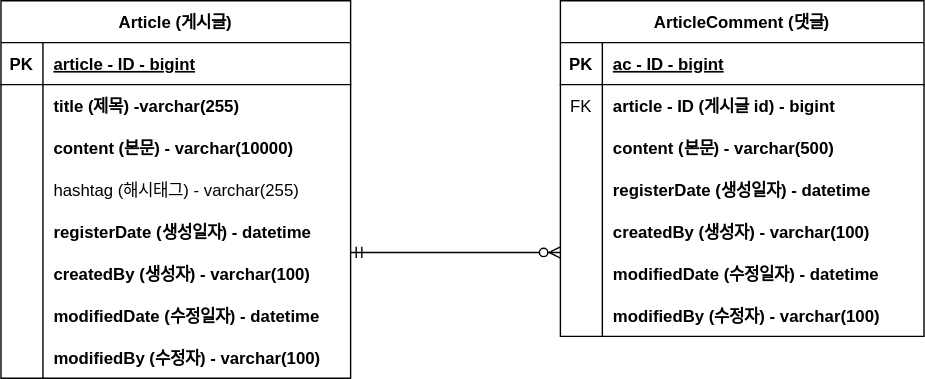
Sj-Shim/project-board keeps this draw.io diagram as document/ERD.svg. Above is the earlier version. Source tidied: cells renumbered, new cells last; positions are measured from the earlier drawing's top-left corner, leaving out a move shared by most shapes.
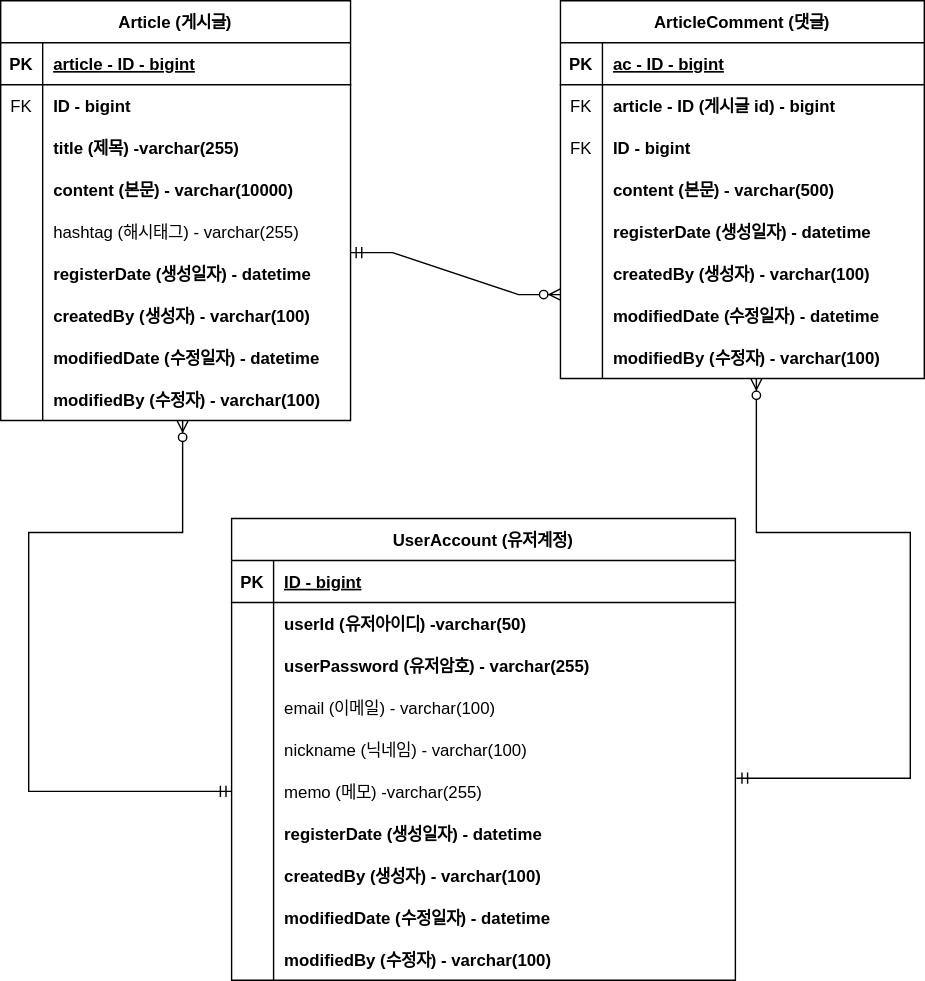
Later version of the same file.

Diff of the diagram source:
```diff
@@ -3,7 +3,7 @@
     <mxCell id="0" />
     <mxCell id="1" parent="0" />
     <mxCell id="2" value="ArticleComment (댓글)" style="shape=table;startSize=30;rowLines=0;fontStyle=1;align=center;" parent="1" vertex="1">
-      <mxGeometry x="400" width="260" height="240" as="geometry" />
+      <mxGeometry x="400" width="260" height="270" as="geometry" />
     </mxCell>
     <mxCell id="3" style="shape=tableRow;horizontal=0;startSize=0;swimlaneHead=0;swimlaneBody=0;fillColor=none;top=0;left=0;right=0;bottom=1;" parent="2" vertex="1">
       <mxGeometry y="30" width="260" height="30" as="geometry" />
@@ -23,8 +23,17 @@
     <mxCell id="8" value="article - ID (게시글 id) - bigint" style="shape=partialRectangle;fillColor=none;top=0;left=0;bottom=0;right=0;align=left;spacingLeft=6;overflow=hidden;fontStyle=1;" parent="6" vertex="1">
       <mxGeometry x="30" width="230" height="30" as="geometry" />
     </mxCell>
+    <mxCell id="50" style="shape=tableRow;horizontal=0;startSize=0;swimlaneHead=0;swimlaneBody=0;fillColor=none;top=0;left=0;right=0;bottom=0;" parent="2" vertex="1">
+      <mxGeometry y="90" width="260" height="30" as="geometry" />
+    </mxCell>
+    <mxCell id="51" value="FK" style="shape=partialRectangle;fillColor=none;top=0;left=0;bottom=0;right=0;overflow=hidden;" parent="50" vertex="1">
+      <mxGeometry width="30" height="30" as="geometry" />
+    </mxCell>
+    <mxCell id="52" value="ID - bigint" style="shape=partialRectangle;fillColor=none;top=0;left=0;bottom=0;right=0;align=left;spacingLeft=6;overflow=hidden;fontStyle=1;" parent="50" vertex="1">
+      <mxGeometry x="30" width="230" height="30" as="geometry" />
+    </mxCell>
     <mxCell id="9" style="shape=tableRow;horizontal=0;startSize=0;swimlaneHead=0;swimlaneBody=0;fillColor=none;top=0;left=0;right=0;bottom=0;" parent="2" vertex="1">
-      <mxGeometry y="90" width="260" height="30" as="geometry" />
+      <mxGeometry y="120" width="260" height="30" as="geometry" />
     </mxCell>
     <mxCell id="10" style="shape=partialRectangle;fillColor=none;top=0;left=0;bottom=0;right=0;overflow=hidden;" parent="9" vertex="1">
       <mxGeometry width="30" height="30" as="geometry" />
@@ -33,7 +42,7 @@
       <mxGeometry x="30" width="230" height="30" as="geometry" />
     </mxCell>
     <mxCell id="12" style="shape=tableRow;horizontal=0;startSize=0;swimlaneHead=0;swimlaneBody=0;fillColor=none;top=0;left=0;right=0;bottom=0;" parent="2" vertex="1">
-      <mxGeometry y="120" width="260" height="30" as="geometry" />
+      <mxGeometry y="150" width="260" height="30" as="geometry" />
     </mxCell>
     <mxCell id="13" style="shape=partialRectangle;fillColor=none;top=0;left=0;bottom=0;right=0;overflow=hidden;" parent="12" vertex="1">
       <mxGeometry width="30" height="30" as="geometry" />
@@ -42,7 +51,7 @@
       <mxGeometry x="30" width="230" height="30" as="geometry" />
     </mxCell>
     <mxCell id="15" style="shape=tableRow;horizontal=0;startSize=0;swimlaneHead=0;swimlaneBody=0;fillColor=none;points=[[0,0.5],[1,0.5]];portConstraint=eastwest;top=0;left=0;right=0;bottom=0;" parent="2" vertex="1">
-      <mxGeometry y="150" width="260" height="30" as="geometry" />
+      <mxGeometry y="180" width="260" height="30" as="geometry" />
     </mxCell>
     <mxCell id="16" style="shape=partialRectangle;fillColor=none;top=0;left=0;bottom=0;right=0;overflow=hidden;" parent="15" vertex="1">
       <mxGeometry width="30" height="30" as="geometry" />
@@ -51,7 +60,7 @@
       <mxGeometry x="30" width="230" height="30" as="geometry" />
     </mxCell>
     <mxCell id="18" style="shape=tableRow;horizontal=0;startSize=0;swimlaneHead=0;swimlaneBody=0;fillColor=none;top=0;left=0;right=0;bottom=0;" parent="2" vertex="1">
-      <mxGeometry y="180" width="260" height="30" as="geometry" />
+      <mxGeometry y="210" width="260" height="30" as="geometry" />
     </mxCell>
     <mxCell id="19" style="shape=partialRectangle;fillColor=none;top=0;left=0;bottom=0;right=0;overflow=hidden;" parent="18" vertex="1">
       <mxGeometry width="30" height="30" as="geometry" />
@@ -60,7 +69,7 @@
       <mxGeometry x="30" width="230" height="30" as="geometry" />
     </mxCell>
     <mxCell id="21" style="shape=tableRow;horizontal=0;startSize=0;swimlaneHead=0;swimlaneBody=0;fillColor=none;points=[[0,0.5],[1,0.5]];portConstraint=eastwest;top=0;left=0;right=0;bottom=0;" parent="2" vertex="1">
-      <mxGeometry y="210" width="260" height="30" as="geometry" />
+      <mxGeometry y="240" width="260" height="30" as="geometry" />
     </mxCell>
     <mxCell id="22" style="shape=partialRectangle;fillColor=none;top=0;left=0;bottom=0;right=0;overflow=hidden;" parent="21" vertex="1">
       <mxGeometry width="30" height="30" as="geometry" />
@@ -69,7 +78,7 @@
       <mxGeometry x="30" width="230" height="30" as="geometry" />
     </mxCell>
     <mxCell id="24" value="Article (게시글)" style="shape=table;startSize=30;rowLines=0;fontStyle=1;align=center;" parent="1" vertex="1">
-      <mxGeometry width="250" height="270" as="geometry" />
+      <mxGeometry width="250" height="300" as="geometry" />
     </mxCell>
     <mxCell id="25" style="shape=tableRow;horizontal=0;startSize=0;swimlaneHead=0;swimlaneBody=0;fillColor=none;top=0;left=0;right=0;bottom=1;" parent="24" vertex="1">
       <mxGeometry y="30" width="250" height="30" as="geometry" />
@@ -83,14 +92,23 @@
     <mxCell id="28" style="shape=tableRow;horizontal=0;startSize=0;swimlaneHead=0;swimlaneBody=0;fillColor=none;top=0;left=0;right=0;bottom=0;" parent="24" vertex="1">
       <mxGeometry y="60" width="250" height="30" as="geometry" />
     </mxCell>
-    <mxCell id="29" style="shape=partialRectangle;fillColor=none;top=0;left=0;bottom=0;right=0;overflow=hidden;" parent="28" vertex="1">
+    <mxCell id="29" value="FK" style="shape=partialRectangle;fillColor=none;top=0;left=0;bottom=0;right=0;overflow=hidden;" parent="28" vertex="1">
       <mxGeometry width="30" height="30" as="geometry" />
     </mxCell>
-    <mxCell id="30" value="title (제목) -varchar(255)" style="shape=partialRectangle;fillColor=none;top=0;left=0;bottom=0;right=0;align=left;spacingLeft=6;overflow=hidden;fontStyle=1;" parent="28" vertex="1">
+    <mxCell id="30" value="ID - bigint" style="shape=partialRectangle;fillColor=none;top=0;left=0;bottom=0;right=0;align=left;spacingLeft=6;overflow=hidden;fontStyle=1;" parent="28" vertex="1">
       <mxGeometry x="30" width="220" height="30" as="geometry" />
     </mxCell>
+    <mxCell id="53" style="shape=tableRow;horizontal=0;startSize=0;swimlaneHead=0;swimlaneBody=0;fillColor=none;top=0;left=0;right=0;bottom=0;" parent="24" vertex="1">
+      <mxGeometry y="90" width="250" height="30" as="geometry" />
+    </mxCell>
+    <mxCell id="54" style="shape=partialRectangle;fillColor=none;top=0;left=0;bottom=0;right=0;overflow=hidden;" parent="53" vertex="1">
+      <mxGeometry width="30" height="30" as="geometry" />
+    </mxCell>
+    <mxCell id="55" value="title (제목) -varchar(255)" style="shape=partialRectangle;fillColor=none;top=0;left=0;bottom=0;right=0;align=left;spacingLeft=6;overflow=hidden;fontStyle=1;" parent="53" vertex="1">
+      <mxGeometry x="30" width="220" height="30" as="geometry" />
+    </mxCell>
     <mxCell id="31" style="shape=tableRow;horizontal=0;startSize=0;swimlaneHead=0;swimlaneBody=0;fillColor=none;top=0;left=0;right=0;bottom=0;" parent="24" vertex="1">
-      <mxGeometry y="90" width="250" height="30" as="geometry" />
+      <mxGeometry y="120" width="250" height="30" as="geometry" />
     </mxCell>
     <mxCell id="32" style="shape=partialRectangle;fillColor=none;top=0;left=0;bottom=0;right=0;overflow=hidden;" parent="31" vertex="1">
       <mxGeometry width="30" height="30" as="geometry" />
@@ -99,7 +117,7 @@
       <mxGeometry x="30" width="220" height="30" as="geometry" />
     </mxCell>
     <mxCell id="34" style="shape=tableRow;horizontal=0;startSize=0;swimlaneHead=0;swimlaneBody=0;fillColor=none;top=0;left=0;right=0;bottom=0;" parent="24" vertex="1">
-      <mxGeometry y="120" width="250" height="30" as="geometry" />
+      <mxGeometry y="150" width="250" height="30" as="geometry" />
     </mxCell>
     <mxCell id="35" style="shape=partialRectangle;fillColor=none;top=0;left=0;bottom=0;right=0;overflow=hidden;" parent="34" vertex="1">
       <mxGeometry width="30" height="30" as="geometry" />
@@ -108,7 +126,7 @@
       <mxGeometry x="30" width="220" height="30" as="geometry" />
     </mxCell>
     <mxCell id="37" style="shape=tableRow;horizontal=0;startSize=0;swimlaneHead=0;swimlaneBody=0;fillColor=none;top=0;left=0;right=0;bottom=0;" parent="24" vertex="1">
-      <mxGeometry y="150" width="250" height="30" as="geometry" />
+      <mxGeometry y="180" width="250" height="30" as="geometry" />
     </mxCell>
     <mxCell id="38" style="shape=partialRectangle;fillColor=none;top=0;left=0;bottom=0;right=0;overflow=hidden;" parent="37" vertex="1">
       <mxGeometry width="30" height="30" as="geometry" />
@@ -117,7 +135,7 @@
       <mxGeometry x="30" width="220" height="30" as="geometry" />
     </mxCell>
     <mxCell id="40" style="shape=tableRow;horizontal=0;startSize=0;swimlaneHead=0;swimlaneBody=0;fillColor=none;top=0;left=0;right=0;bottom=0;" parent="24" vertex="1">
-      <mxGeometry y="180" width="250" height="30" as="geometry" />
+      <mxGeometry y="210" width="250" height="30" as="geometry" />
     </mxCell>
     <mxCell id="41" style="shape=partialRectangle;fillColor=none;top=0;left=0;bottom=0;right=0;overflow=hidden;" parent="40" vertex="1">
       <mxGeometry width="30" height="30" as="geometry" />
@@ -126,7 +144,7 @@
       <mxGeometry x="30" width="220" height="30" as="geometry" />
     </mxCell>
     <mxCell id="43" style="shape=tableRow;horizontal=0;startSize=0;swimlaneHead=0;swimlaneBody=0;fillColor=none;top=0;left=0;right=0;bottom=0;" parent="24" vertex="1">
-      <mxGeometry y="210" width="250" height="30" as="geometry" />
+      <mxGeometry y="240" width="250" height="30" as="geometry" />
     </mxCell>
     <mxCell id="44" style="shape=partialRectangle;fillColor=none;top=0;left=0;bottom=0;right=0;overflow=hidden;" parent="43" vertex="1">
       <mxGeometry width="30" height="30" as="geometry" />
@@ -135,7 +153,7 @@
       <mxGeometry x="30" width="220" height="30" as="geometry" />
     </mxCell>
     <mxCell id="46" style="shape=tableRow;horizontal=0;startSize=0;swimlaneHead=0;swimlaneBody=0;fillColor=none;points=[[0,0.5],[1,0.5]];portConstraint=eastwest;top=0;left=0;right=0;bottom=0;" parent="24" vertex="1">
-      <mxGeometry y="240" width="250" height="30" as="geometry" />
+      <mxGeometry y="270" width="250" height="30" as="geometry" />
     </mxCell>
     <mxCell id="47" style="shape=partialRectangle;fillColor=none;top=0;left=0;bottom=0;right=0;overflow=hidden;" parent="46" vertex="1">
       <mxGeometry width="30" height="30" as="geometry" />
@@ -148,5 +166,118 @@
         <mxPoint x="250" y="180" as="sourcePoint" />
       </mxGeometry>
     </mxCell>
+    <mxCell id="56" value="UserAccount (유저계정)" style="shape=table;startSize=30;rowLines=0;fontStyle=1;align=center;" parent="1" vertex="1">
+      <mxGeometry x="165" y="370" width="360" height="330" as="geometry" />
+    </mxCell>
+    <mxCell id="57" style="shape=tableRow;horizontal=0;startSize=0;swimlaneHead=0;swimlaneBody=0;fillColor=none;top=0;left=0;right=0;bottom=1;" parent="56" vertex="1">
+      <mxGeometry y="30" width="360" height="30" as="geometry" />
+    </mxCell>
+    <mxCell id="58" value="PK" style="shape=partialRectangle;fillColor=none;top=0;left=0;bottom=0;right=0;fontStyle=1;overflow=hidden;" parent="57" vertex="1">
+      <mxGeometry width="30" height="30" as="geometry" />
+    </mxCell>
+    <mxCell id="59" value="ID - bigint" style="shape=partialRectangle;fillColor=none;top=0;left=0;bottom=0;right=0;align=left;spacingLeft=6;fontStyle=5;overflow=hidden;" parent="57" vertex="1">
+      <mxGeometry x="30" width="330" height="30" as="geometry" />
+    </mxCell>
+    <mxCell id="60" style="shape=tableRow;horizontal=0;startSize=0;swimlaneHead=0;swimlaneBody=0;fillColor=none;top=0;left=0;right=0;bottom=0;" parent="56" vertex="1">
+      <mxGeometry y="60" width="360" height="30" as="geometry" />
+    </mxCell>
+    <mxCell id="61" style="shape=partialRectangle;fillColor=none;top=0;left=0;bottom=0;right=0;overflow=hidden;" parent="60" vertex="1">
+      <mxGeometry width="30" height="30" as="geometry" />
+    </mxCell>
+    <mxCell id="62" value="userId (유저아이디) -varchar(50)" style="shape=partialRectangle;fillColor=none;top=0;left=0;bottom=0;right=0;align=left;spacingLeft=6;overflow=hidden;fontStyle=1;" parent="60" vertex="1">
+      <mxGeometry x="30" width="330" height="30" as="geometry" />
+    </mxCell>
+    <mxCell id="63" style="shape=tableRow;horizontal=0;startSize=0;swimlaneHead=0;swimlaneBody=0;fillColor=none;top=0;left=0;right=0;bottom=0;" parent="56" vertex="1">
+      <mxGeometry y="90" width="360" height="30" as="geometry" />
+    </mxCell>
+    <mxCell id="64" style="shape=partialRectangle;fillColor=none;top=0;left=0;bottom=0;right=0;overflow=hidden;" parent="63" vertex="1">
+      <mxGeometry width="30" height="30" as="geometry" />
+    </mxCell>
+    <mxCell id="65" value="userPassword (유저암호) - varchar(255)" style="shape=partialRectangle;fillColor=none;top=0;left=0;bottom=0;right=0;align=left;spacingLeft=6;overflow=hidden;fontStyle=1;" parent="63" vertex="1">
+      <mxGeometry x="30" width="330" height="30" as="geometry" />
+    </mxCell>
+    <mxCell id="66" style="shape=tableRow;horizontal=0;startSize=0;swimlaneHead=0;swimlaneBody=0;fillColor=none;top=0;left=0;right=0;bottom=0;" parent="56" vertex="1">
+      <mxGeometry y="120" width="360" height="30" as="geometry" />
+    </mxCell>
+    <mxCell id="67" style="shape=partialRectangle;fillColor=none;top=0;left=0;bottom=0;right=0;overflow=hidden;" parent="66" vertex="1">
+      <mxGeometry width="30" height="30" as="geometry" />
+    </mxCell>
+    <mxCell id="68" value="email (이메일) - varchar(100)" style="shape=partialRectangle;fillColor=none;top=0;left=0;bottom=0;right=0;align=left;spacingLeft=6;overflow=hidden;" parent="66" vertex="1">
+      <mxGeometry x="30" width="330" height="30" as="geometry" />
+    </mxCell>
+    <mxCell id="69" style="shape=tableRow;horizontal=0;startSize=0;swimlaneHead=0;swimlaneBody=0;fillColor=none;top=0;left=0;right=0;bottom=0;" parent="56" vertex="1">
+      <mxGeometry y="150" width="360" height="30" as="geometry" />
+    </mxCell>
+    <mxCell id="70" style="shape=partialRectangle;fillColor=none;top=0;left=0;bottom=0;right=0;overflow=hidden;" parent="69" vertex="1">
+      <mxGeometry width="30" height="30" as="geometry" />
+    </mxCell>
+    <mxCell id="71" value="nickname (닉네임) - varchar(100)" style="shape=partialRectangle;fillColor=none;top=0;left=0;bottom=0;right=0;align=left;spacingLeft=6;overflow=hidden;" parent="69" vertex="1">
+      <mxGeometry x="30" width="330" height="30" as="geometry" />
+    </mxCell>
+    <mxCell id="72" style="shape=tableRow;horizontal=0;startSize=0;swimlaneHead=0;swimlaneBody=0;fillColor=none;points=[[0,0.5],[1,0.5]];portConstraint=eastwest;top=0;left=0;right=0;bottom=0;" parent="56" vertex="1">
+      <mxGeometry y="180" width="360" height="30" as="geometry" />
+    </mxCell>
+    <mxCell id="73" style="shape=partialRectangle;fillColor=none;top=0;left=0;bottom=0;right=0;overflow=hidden;" parent="72" vertex="1">
+      <mxGeometry width="30" height="30" as="geometry" />
+    </mxCell>
+    <mxCell id="74" value="memo (메모) -varchar(255)" style="shape=partialRectangle;fillColor=none;top=0;left=0;bottom=0;right=0;align=left;spacingLeft=6;overflow=hidden;" parent="72" vertex="1">
+      <mxGeometry x="30" width="330" height="30" as="geometry" />
+    </mxCell>
+    <mxCell id="75" style="shape=tableRow;horizontal=0;startSize=0;swimlaneHead=0;swimlaneBody=0;fillColor=none;top=0;left=0;right=0;bottom=0;" parent="56" vertex="1">
+      <mxGeometry y="210" width="360" height="30" as="geometry" />
+    </mxCell>
+    <mxCell id="76" style="shape=partialRectangle;fillColor=none;top=0;left=0;bottom=0;right=0;overflow=hidden;" parent="75" vertex="1">
+      <mxGeometry width="30" height="30" as="geometry" />
+    </mxCell>
+    <mxCell id="77" value="registerDate (생성일자) - datetime" style="shape=partialRectangle;fillColor=none;top=0;left=0;bottom=0;right=0;align=left;spacingLeft=6;overflow=hidden;fontStyle=1;" parent="75" vertex="1">
+      <mxGeometry x="30" width="330" height="30" as="geometry" />
+    </mxCell>
+    <mxCell id="78" style="shape=tableRow;horizontal=0;startSize=0;swimlaneHead=0;swimlaneBody=0;fillColor=none;top=0;left=0;right=0;bottom=0;" parent="56" vertex="1">
+      <mxGeometry y="240" width="360" height="30" as="geometry" />
+    </mxCell>
+    <mxCell id="79" style="shape=partialRectangle;fillColor=none;top=0;left=0;bottom=0;right=0;overflow=hidden;" parent="78" vertex="1">
+      <mxGeometry width="30" height="30" as="geometry" />
+    </mxCell>
+    <mxCell id="80" value="createdBy (생성자) - varchar(100)" style="shape=partialRectangle;fillColor=none;top=0;left=0;bottom=0;right=0;align=left;spacingLeft=6;overflow=hidden;fontStyle=1;" parent="78" vertex="1">
+      <mxGeometry x="30" width="330" height="30" as="geometry" />
+    </mxCell>
+    <mxCell id="81" style="shape=tableRow;horizontal=0;startSize=0;swimlaneHead=0;swimlaneBody=0;fillColor=none;top=0;left=0;right=0;bottom=0;" parent="56" vertex="1">
+      <mxGeometry y="270" width="360" height="30" as="geometry" />
+    </mxCell>
+    <mxCell id="82" style="shape=partialRectangle;fillColor=none;top=0;left=0;bottom=0;right=0;overflow=hidden;" parent="81" vertex="1">
+      <mxGeometry width="30" height="30" as="geometry" />
+    </mxCell>
+    <mxCell id="83" value="modifiedDate (수정일자) - datetime" style="shape=partialRectangle;fillColor=none;top=0;left=0;bottom=0;right=0;align=left;spacingLeft=6;overflow=hidden;fontStyle=1;" parent="81" vertex="1">
+      <mxGeometry x="30" width="330" height="30" as="geometry" />
+    </mxCell>
+    <mxCell id="84" style="shape=tableRow;horizontal=0;startSize=0;swimlaneHead=0;swimlaneBody=0;fillColor=none;top=0;left=0;right=0;bottom=0;" parent="56" vertex="1">
+      <mxGeometry y="300" width="360" height="30" as="geometry" />
+    </mxCell>
+    <mxCell id="85" style="shape=partialRectangle;fillColor=none;top=0;left=0;bottom=0;right=0;overflow=hidden;" parent="84" vertex="1">
+      <mxGeometry width="30" height="30" as="geometry" />
+    </mxCell>
+    <mxCell id="86" value="modifiedBy (수정자) - varchar(100)" style="shape=partialRectangle;fillColor=none;top=0;left=0;bottom=0;right=0;align=left;spacingLeft=6;overflow=hidden;fontStyle=1;" parent="84" vertex="1">
+      <mxGeometry x="30" width="330" height="30" as="geometry" />
+    </mxCell>
+    <mxCell id="87" style="edgeStyle=orthogonalEdgeStyle;fontSize=12;html=1;endArrow=ERzeroToMany;startArrow=ERmandOne;rounded=0;exitX=0;exitY=0.5;exitDx=0;exitDy=0;" parent="1" edge="1" source="72" target="46">
+      <mxGeometry x="0.51" y="82" relative="1" as="geometry">
+        <Array as="points">
+          <mxPoint x="20" y="565" />
+          <mxPoint x="20" y="380" />
+          <mxPoint x="130" y="380" />
+        </Array>
+        <mxPoint y="1" as="offset" />
+      </mxGeometry>
+    </mxCell>
+    <mxCell id="88" style="edgeStyle=orthogonalEdgeStyle;fontSize=12;html=1;endArrow=ERzeroToMany;startArrow=ERmandOne;rounded=0;exitX=1.002;exitY=0.186;exitDx=0;exitDy=0;exitPerimeter=0;" parent="1" edge="1" source="72" target="21">
+      <mxGeometry x="0.51" y="82" relative="1" as="geometry">
+        <Array as="points">
+          <mxPoint x="650" y="556" />
+          <mxPoint x="650" y="380" />
+          <mxPoint x="540" y="380" />
+        </Array>
+        <mxPoint y="1" as="offset" />
+      </mxGeometry>
+    </mxCell>
   </root>
 </mxGraphModel>
```
